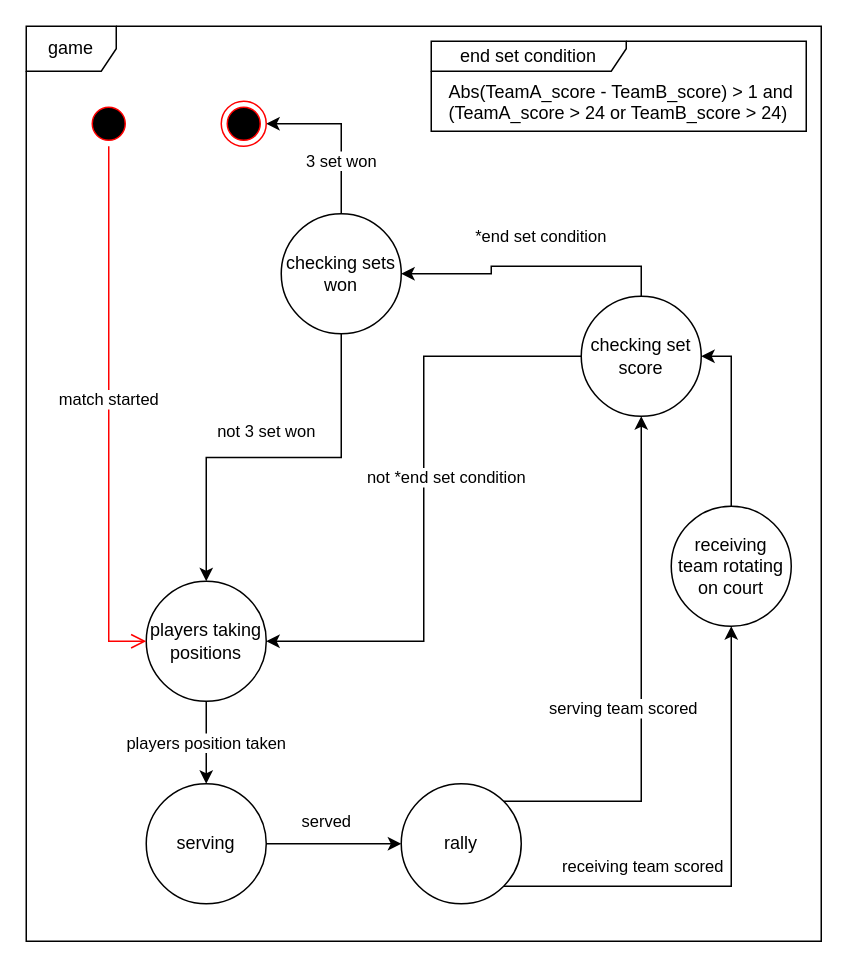
Above: Project/Documentation/Diagrams/game.drawio in mikymaione/Folie (draw.io), before the change. Source tidied: cells renumbered, new cells numbered last; positions are measured from the earlier drawing's top-left corner, leaving out a move shared by most shapes. Both pictures are drawn from the tidied source at 150%, with x=0, y=0 at pixel (26, 26).
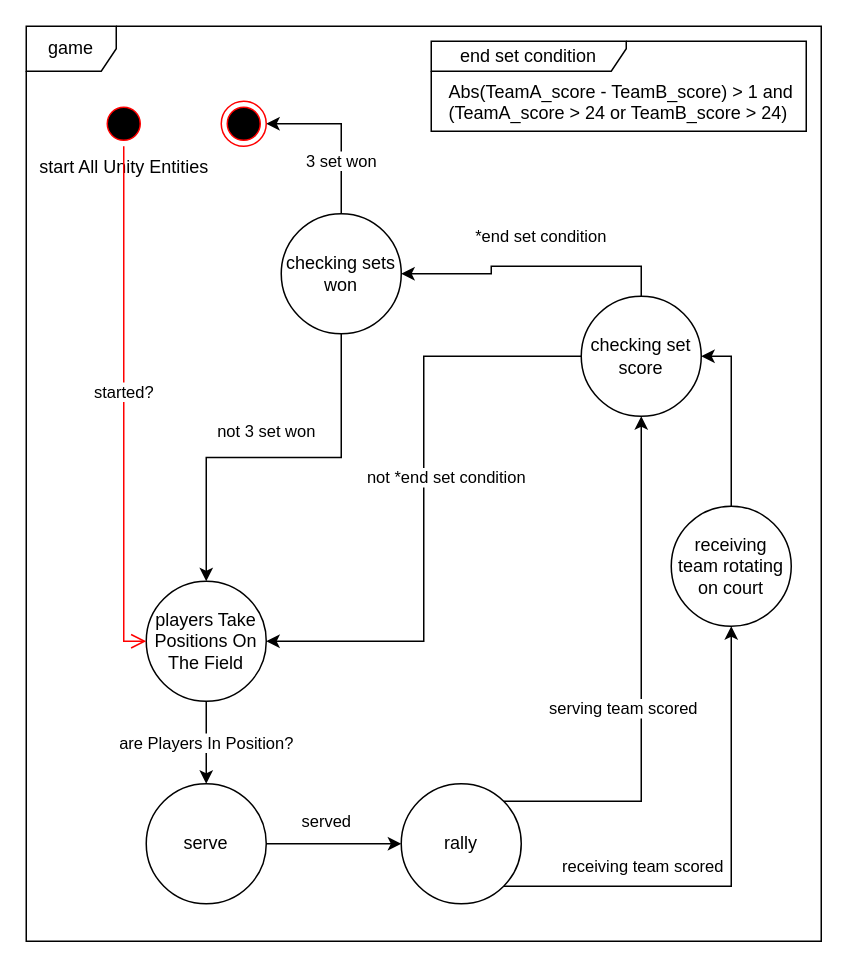
The same page after the edit.

What changed in the source:
```diff
@@
-    <mxCell id="4" value="players position taken" style="edgeStyle=orthogonalEdgeStyle;rounded=0;jettySize=auto;html=1;exitX=0.5;exitY=1;exitDx=0;exitDy=0;entryX=0.5;entryY=0;entryDx=0;entryDy=0;strokeColor=#000000;" parent="1" edge="1" source="5" target="22">
+    <mxCell id="4" value="are Players In Position?" style="edgeStyle=orthogonalEdgeStyle;rounded=0;jettySize=auto;html=1;exitX=0.5;exitY=1;exitDx=0;exitDy=0;entryX=0.5;entryY=0;entryDx=0;entryDy=0;strokeColor=#000000;" parent="1" edge="1" source="5" target="22">
       <mxGeometry relative="1" as="geometry" />
     </mxCell>
-    <mxCell id="5" value="players taking positions" style="ellipse;whiteSpace=wrap;html=1;" parent="1" vertex="1">
+    <mxCell id="5" value="players Take Positions On The Field" style="ellipse;whiteSpace=wrap;html=1;" parent="1" vertex="1">
       <mxGeometry x="80" y="370" width="80" height="80" as="geometry" />
     </mxCell>
@@
-    <mxCell id="18" style="ellipse;html=1;shape=startState;fillColor=#000000;strokeColor=#ff0000;" parent="1" vertex="1">
-      <mxGeometry x="40" y="50" width="30" height="30" as="geometry" />
+    <mxCell id="18" value="&lt;br&gt;&lt;br&gt;&lt;br&gt;&lt;br&gt;start All Unity Entities" style="ellipse;html=1;shape=startState;fillColor=#000000;strokeColor=#ff0000;" parent="1" vertex="1">
+      <mxGeometry x="50" y="50" width="30" height="30" as="geometry" />
     </mxCell>
-    <mxCell id="19" value="match started" style="edgeStyle=orthogonalEdgeStyle;html=1;verticalAlign=bottom;endArrow=open;endSize=8;strokeColor=#ff0000;rounded=0;" parent="1" edge="1" source="18" target="5">
+    <mxCell id="19" value="started?" style="edgeStyle=orthogonalEdgeStyle;html=1;verticalAlign=bottom;endArrow=open;endSize=8;strokeColor=#ff0000;rounded=0;" parent="1" edge="1" source="18" target="5">
       <mxGeometry relative="1" as="geometry">
         <Array as="points">
-          <mxPoint x="55" y="410" />
+          <mxPoint x="65" y="410" />
         </Array>
       </mxGeometry>
     </mxCell>
@@
-    <mxCell id="22" value="serving" style="ellipse;whiteSpace=wrap;html=1;" parent="1" vertex="1">
+    <mxCell id="22" value="serve" style="ellipse;whiteSpace=wrap;html=1;" parent="1" vertex="1">
       <mxGeometry x="80" y="505" width="80" height="80" as="geometry" />
     </mxCell>
```
